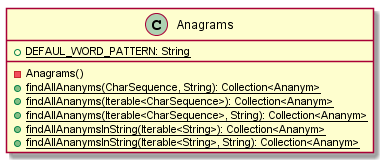
The PlantUML diagram malokhvii-eduard/malokhvii03/doc/plantuml/png/ua.khpi.oop.malokhvii03.text.Anagrams.png in P-Kalin/kit26a, before a commit. The source it was exported from:
```plantuml
@startuml

    class Anagrams {
        {static} +DEFAUL_WORD_PATTERN: String
        -Anagrams()
        {static} +findAllAnanyms(CharSequence, String): Collection<Ananym>
        {static} +findAllAnanyms(Iterable<CharSequence>): Collection<Ananym>
        {static} +findAllAnanyms(Iterable<CharSequence>, String): Collection<Ananym>
        {static} +findAllAnanymsInString(Iterable<String>): Collection<Ananym>
        {static} +findAllAnanymsInString(Iterable<String>, String): Collection<Ananym>
    }

@enduml
```
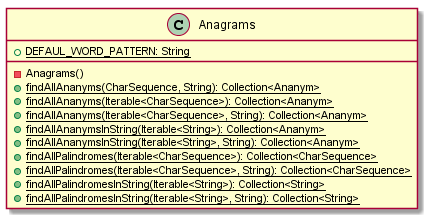
The same file after the commit.

The edit, as a diff of the source:
```diff
@@ -8,6 +8,10 @@
         {static} +findAllAnanyms(Iterable<CharSequence>, String): Collection<Ananym>
         {static} +findAllAnanymsInString(Iterable<String>): Collection<Ananym>
         {static} +findAllAnanymsInString(Iterable<String>, String): Collection<Ananym>
+        {static} +findAllPalindromes(Iterable<CharSequence>): Collection<CharSequence>
+        {static} +findAllPalindromes(Iterable<CharSequence>, String): Collection<CharSequence>
+        {static} +findAllPalindromesInString(Iterable<String>): Collection<String>
+        {static} +findAllPalindromesInString(Iterable<String>, String): Collection<String>
     }
 
 @enduml
```
